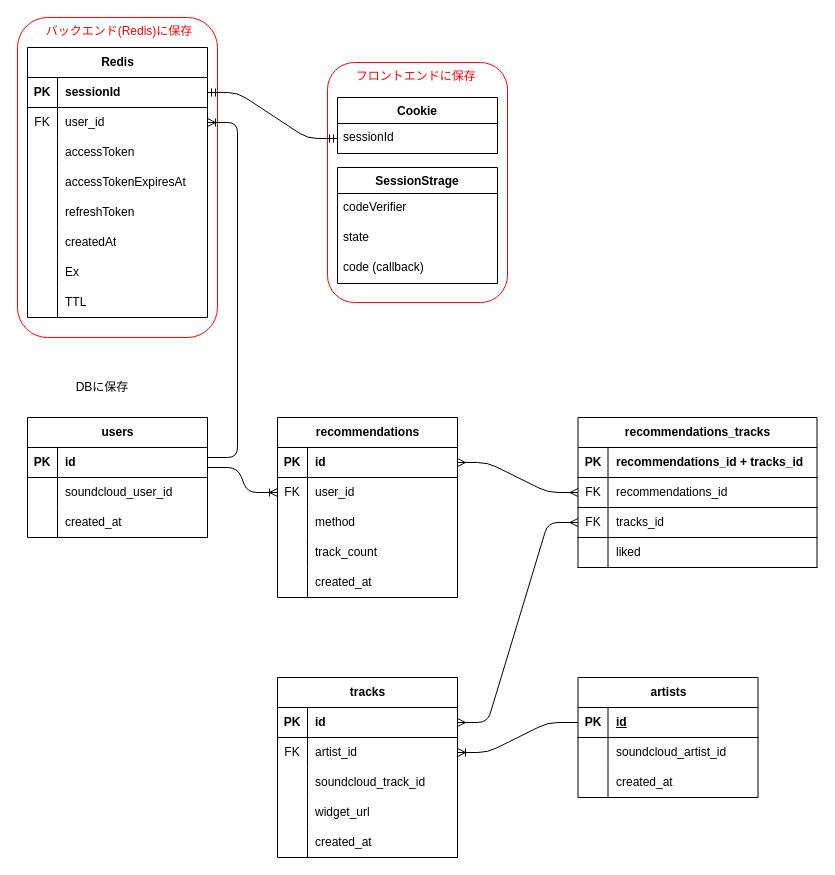
Earlier version of the draw.io diagram docs/er-diagram.drawio (eito0518/digbeats-v3). Source tidied: cells renumbered, new cells numbered last; positions are measured from the earlier drawing's top-left corner, leaving out a move shared by most shapes. Both pictures are drawn from the tidied source at 100%, with x=0, y=0 at pixel (17, 17).
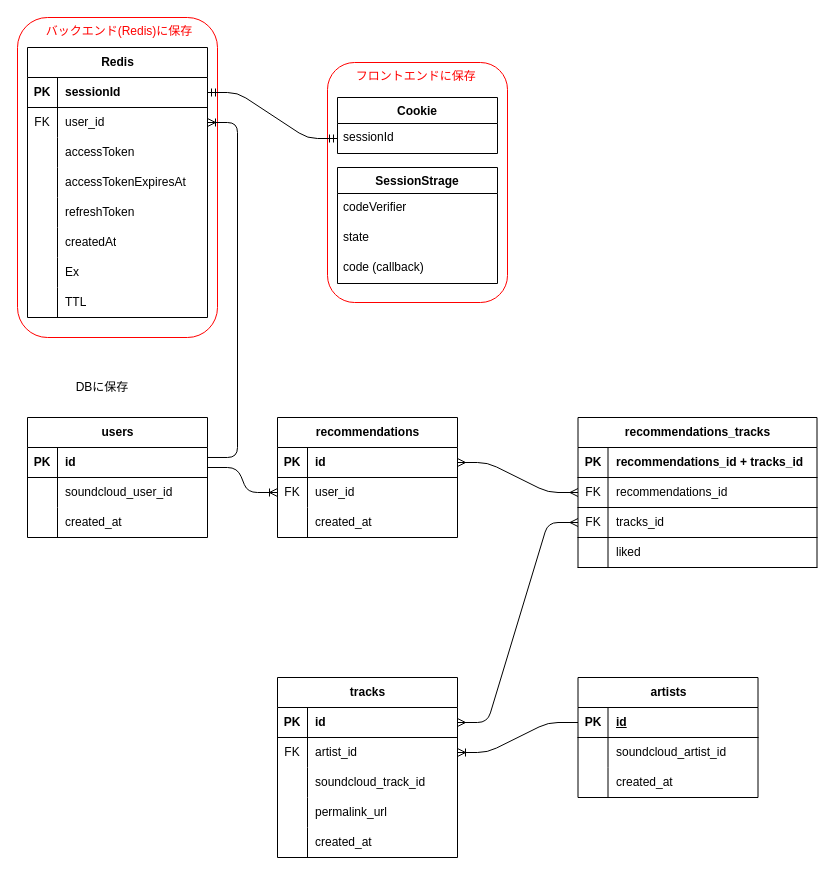
The same diagram, later.

The change refers to these unchanged cells:
```xml
<mxCell id="72" style="shape=tableRow;horizontal=0;startSize=0;swimlaneHead=0;swimlaneBody=0;fillColor=none;top=0;left=0;right=0;bottom=0;" parent="62" vertex="1">
  <mxGeometry y="120" width="180" height="30" as="geometry" />
</mxCell>
```

What changed in the source:
```diff
@@
     <mxCell id="46" value="recommendations" style="shape=table;startSize=30;childLayout=tableLayout;rowLines=0;fontStyle=1;align=center;html=1;" parent="1" vertex="1">
-      <mxGeometry x="260" y="400" width="180" height="180" as="geometry" />
+      <mxGeometry x="260" y="400" width="180" height="120" as="geometry" />
     </mxCell>
@@
-    <mxCell id="53" style="shape=tableRow;horizontal=0;startSize=0;swimlaneHead=0;swimlaneBody=0;fillColor=none;top=0;left=0;right=0;bottom=0;" parent="46" vertex="1">
-      <mxGeometry y="90" width="180" height="30" as="geometry" />
-    </mxCell>
-    <mxCell id="54" style="shape=partialRectangle;fillColor=none;top=0;left=0;bottom=0;right=0;overflow=hidden;whiteSpace=wrap;html=1;" parent="53" vertex="1">
-      <mxGeometry width="30" height="30" as="geometry" />
-    </mxCell>
-    <mxCell id="55" value="method" style="shape=partialRectangle;fillColor=none;top=0;left=0;bottom=0;right=0;align=left;spacingLeft=6;overflow=hidden;whiteSpace=wrap;html=1;" parent="53" vertex="1">
-      <mxGeometry x="30" width="150" height="30" as="geometry" />
-    </mxCell>
-    <mxCell id="56" style="shape=tableRow;horizontal=0;startSize=0;swimlaneHead=0;swimlaneBody=0;fillColor=none;top=0;left=0;right=0;bottom=0;" parent="46" vertex="1">
-      <mxGeometry y="120" width="180" height="30" as="geometry" />
-    </mxCell>
-    <mxCell id="57" style="shape=partialRectangle;fillColor=none;top=0;left=0;bottom=0;right=0;overflow=hidden;whiteSpace=wrap;html=1;" parent="56" vertex="1">
-      <mxGeometry width="30" height="30" as="geometry" />
-    </mxCell>
-    <mxCell id="58" value="track_count" style="shape=partialRectangle;fillColor=none;top=0;left=0;bottom=0;right=0;align=left;spacingLeft=6;overflow=hidden;whiteSpace=wrap;html=1;" parent="56" vertex="1">
-      <mxGeometry x="30" width="150" height="30" as="geometry" />
-    </mxCell>
     <mxCell id="59" style="shape=tableRow;horizontal=0;startSize=0;swimlaneHead=0;swimlaneBody=0;fillColor=none;top=0;left=0;right=0;bottom=0;" parent="46" vertex="1">
-      <mxGeometry y="150" width="180" height="30" as="geometry" />
+      <mxGeometry y="90" width="180" height="30" as="geometry" />
     </mxCell>
@@
-    <mxCell id="74" value="widget_url" style="shape=partialRectangle;fillColor=none;top=0;left=0;bottom=0;right=0;align=left;spacingLeft=6;overflow=hidden;whiteSpace=wrap;html=1;" parent="72" vertex="1">
+    <mxCell id="74" value="permalink_url" style="shape=partialRectangle;fillColor=none;top=0;left=0;bottom=0;right=0;align=left;spacingLeft=6;overflow=hidden;whiteSpace=wrap;html=1;" parent="72" vertex="1">
       <mxGeometry x="30" width="150" height="30" as="geometry" />
     </mxCell>
```
